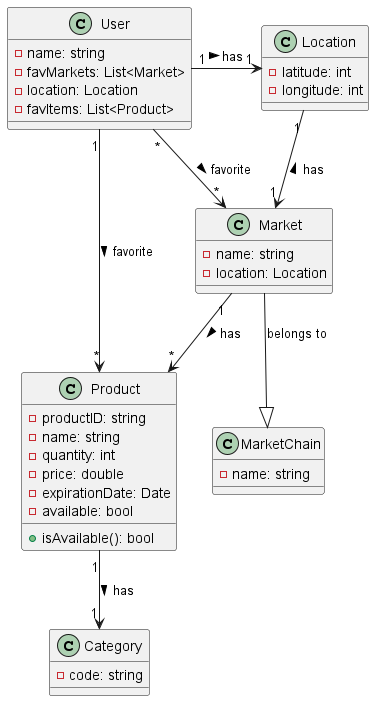
leonor-f/FoodRescueApp keeps this PlantUML diagram as images/DomainModel.png. Above is the earlier version.
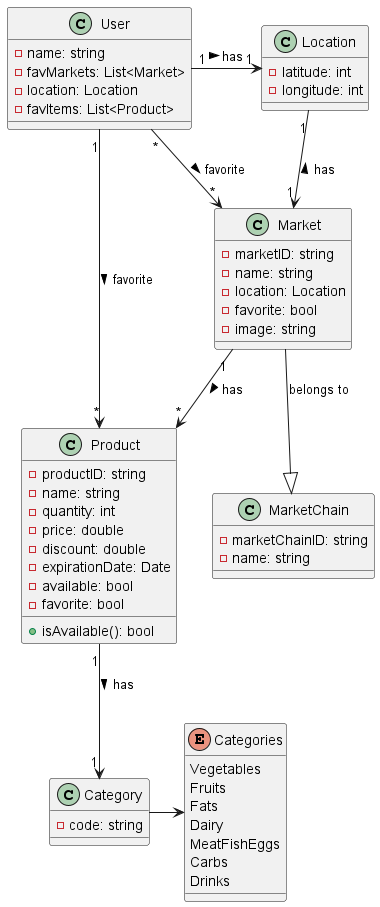
Later version of the same file.

Change to the diagram source:
```diff
@@ -12,13 +12,25 @@
     -name: string
     -quantity: int
     -price: double
+    -discount: double
     -expirationDate: Date
     -available: bool
+    -favorite: bool
     +isAvailable(): bool
 }
 
 class Category {
     -code: string
+}
+
+enum Categories {
+    Vegetables
+    Fruits
+    Fats
+    Dairy
+    MeatFishEggs
+    Carbs
+    Drinks
 }
 
 class Location {
@@ -27,11 +39,15 @@
 }
 
 class Market {
+    -marketID: string
     -name: string
     -location: Location
+    -favorite: bool
+    -image: string
 }
 
 class MarketChain {
+    -marketChainID: string
     -name: string
 }
 
@@ -42,6 +58,7 @@
 Market "1" --> "*" Product: has >
 Product "1" --> "1" Category: has >
 Market --|> MarketChain: belongs to
+Category -> Categories
 
 
 @enduml
```
